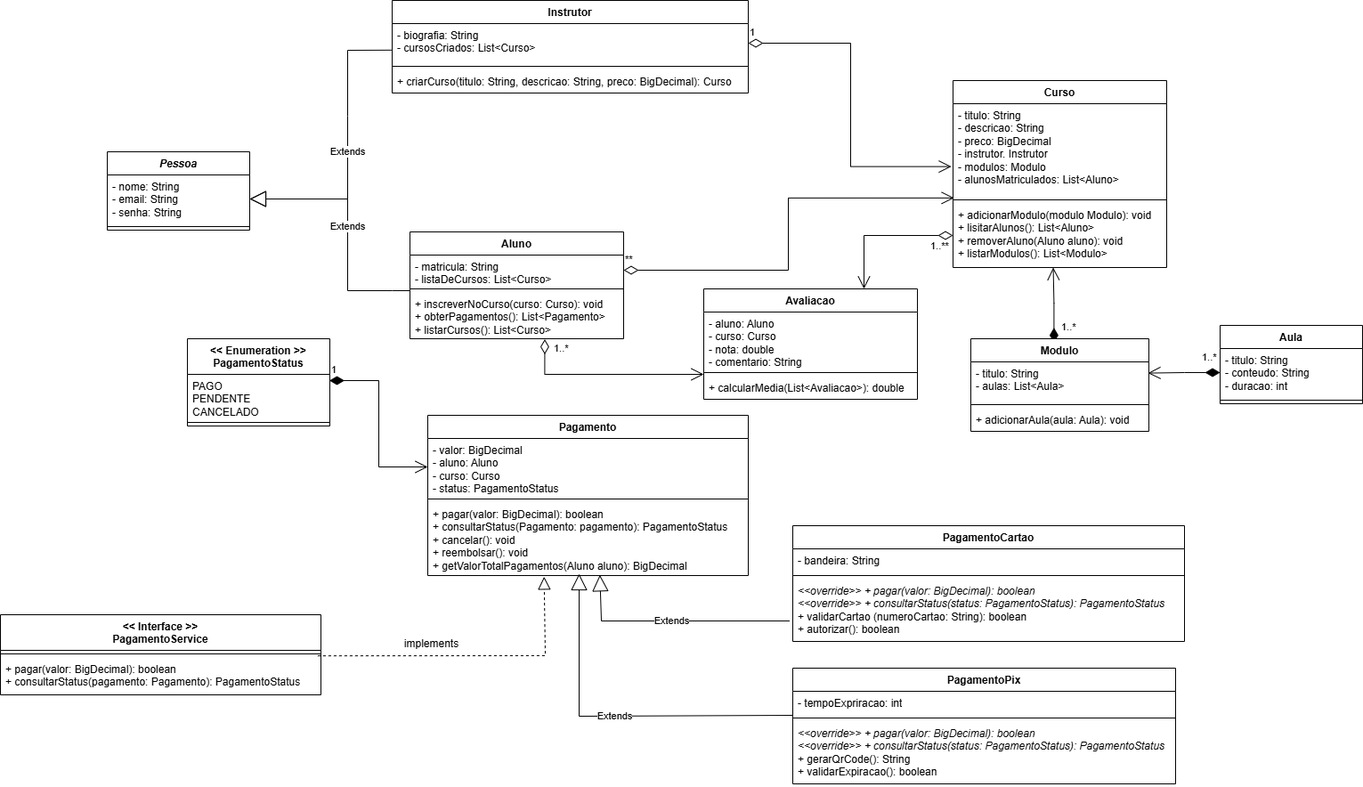
DaniloTakeo/object_orientation_project keeps this draw.io diagram as object-orientation/src/main/resources/diagrama de classes.png. Above is the earlier version. Source tidied: cells renumbered, new cells last; positions are measured from the earlier drawing's top-left corner, leaving out a move shared by most shapes.
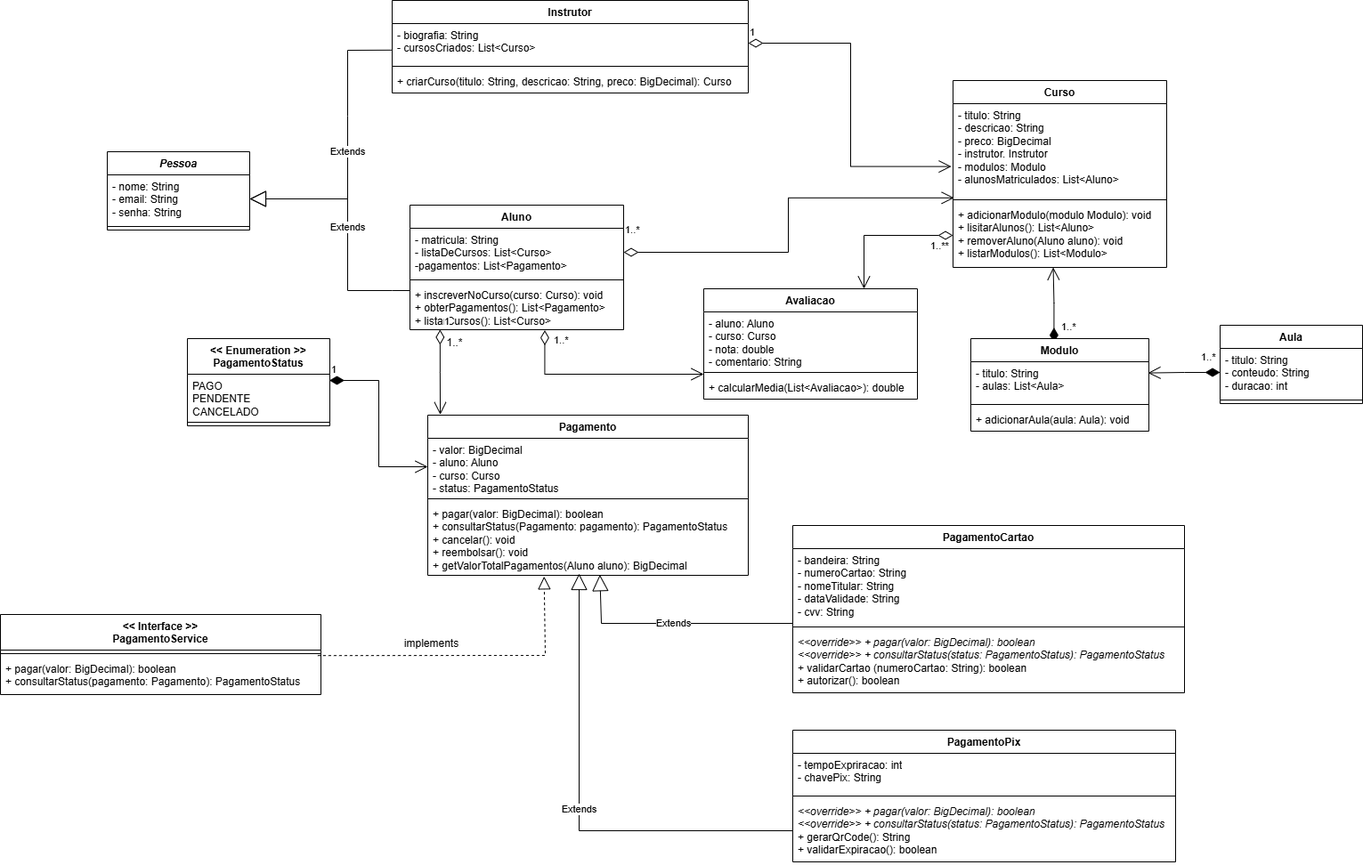
The same file after the commit.

Commit message:
Atualização do diagrama de classes

Diff of the diagram source:
```diff
@@ -42,28 +42,28 @@
       <mxGeometry y="90" width="160" height="8" as="geometry" />
     </mxCell>
     <mxCell id="13" value="PagamentoPix" style="swimlane;fontStyle=1;align=center;verticalAlign=top;horizontal=1;startSize=26;whiteSpace=wrap;html=1;" parent="1" vertex="1">
-      <mxGeometry x="890" y="750" width="430" height="130" as="geometry" />
+      <mxGeometry x="890" y="820" width="430" height="148" as="geometry" />
     </mxCell>
-    <mxCell id="14" value="- tempoExpriracao: int" style="text;strokeColor=none;fillColor=none;align=left;verticalAlign=top;spacingLeft=4;spacingRight=4;overflow=hidden;whiteSpace=wrap;html=1;" parent="13" vertex="1">
-      <mxGeometry y="26" width="430" height="26" as="geometry" />
+    <mxCell id="14" value="- tempoExpriracao: int&lt;div&gt;- chavePix: String&lt;/div&gt;" style="text;strokeColor=none;fillColor=none;align=left;verticalAlign=top;spacingLeft=4;spacingRight=4;overflow=hidden;whiteSpace=wrap;html=1;" parent="13" vertex="1">
+      <mxGeometry y="26" width="430" height="44" as="geometry" />
     </mxCell>
     <mxCell id="15" style="line;strokeWidth=1;fillColor=none;align=left;verticalAlign=middle;spacingTop=-1;spacingLeft=3;spacingRight=3;labelPosition=right;strokeColor=inherit;" parent="13" vertex="1">
-      <mxGeometry y="52" width="430" height="8" as="geometry" />
+      <mxGeometry y="70" width="430" height="8" as="geometry" />
     </mxCell>
     <mxCell id="16" value="&lt;i&gt;&amp;lt;&amp;lt;override&amp;gt;&amp;gt; + pagar(valor: BigDecimal): boolean&lt;/i&gt;&lt;div&gt;&lt;i&gt;&amp;lt;&amp;lt;override&amp;gt;&amp;gt; + consultarStatus(status: PagamentoStatus): PagamentoStatus&lt;/i&gt;&lt;/div&gt;&lt;div&gt;+ gerarQrCode(): String&lt;/div&gt;&lt;div&gt;+ validarExpiracao(): boolean&lt;/div&gt;" style="text;strokeColor=none;fillColor=none;align=left;verticalAlign=top;spacingLeft=4;spacingRight=4;overflow=hidden;points=[[0,0.5],[1,0.5]];portConstraint=eastwest;whiteSpace=wrap;html=1;" parent="13" vertex="1">
-      <mxGeometry y="60" width="430" height="70" as="geometry" />
+      <mxGeometry y="78" width="430" height="70" as="geometry" />
     </mxCell>
     <mxCell id="17" value="PagamentoCartao" style="swimlane;fontStyle=1;align=center;verticalAlign=top;horizontal=1;startSize=26;whiteSpace=wrap;html=1;" parent="1" vertex="1">
-      <mxGeometry x="890" y="590" width="440" height="130" as="geometry" />
+      <mxGeometry x="890" y="590" width="440" height="188" as="geometry" />
     </mxCell>
-    <mxCell id="18" value="- bandeira: String" style="text;strokeColor=none;fillColor=none;align=left;verticalAlign=top;spacingLeft=4;spacingRight=4;overflow=hidden;points=[[0,0.5],[1,0.5]];portConstraint=eastwest;whiteSpace=wrap;html=1;" parent="17" vertex="1">
-      <mxGeometry y="26" width="440" height="26" as="geometry" />
+    <mxCell id="18" value="- bandeira: String&lt;div&gt;- numeroCartao: String&lt;br&gt;&lt;div&gt;- nomeTitular: String&lt;/div&gt;&lt;/div&gt;&lt;div&gt;- dataValidade: String&lt;/div&gt;&lt;div&gt;- cvv: String&lt;/div&gt;" style="text;strokeColor=none;fillColor=none;align=left;verticalAlign=top;spacingLeft=4;spacingRight=4;overflow=hidden;points=[[0,0.5],[1,0.5]];portConstraint=eastwest;whiteSpace=wrap;html=1;" parent="17" vertex="1">
+      <mxGeometry y="26" width="440" height="84" as="geometry" />
     </mxCell>
     <mxCell id="19" style="line;strokeWidth=1;fillColor=none;align=left;verticalAlign=middle;spacingTop=-1;spacingLeft=3;spacingRight=3;labelPosition=right;strokeColor=inherit;" parent="17" vertex="1">
-      <mxGeometry y="52" width="440" height="8" as="geometry" />
+      <mxGeometry y="110" width="440" height="8" as="geometry" />
     </mxCell>
     <mxCell id="20" value="&lt;i&gt;&amp;lt;&amp;lt;override&amp;gt;&amp;gt; + pagar(valor: BigDecimal): boolean&lt;/i&gt;&lt;div&gt;&lt;i&gt;&amp;lt;&amp;lt;override&amp;gt;&amp;gt; + consultarStatus(status: PagamentoStatus): PagamentoStatus&lt;/i&gt;&lt;/div&gt;&lt;div&gt;+ validarCartao (numeroCartao: String): boolean&lt;/div&gt;&lt;div&gt;+ autorizar(): boolean&lt;/div&gt;" style="text;strokeColor=none;fillColor=none;align=left;verticalAlign=top;spacingLeft=4;spacingRight=4;overflow=hidden;points=[[0,0.5],[1,0.5]];portConstraint=eastwest;whiteSpace=wrap;html=1;" parent="17" vertex="1">
-      <mxGeometry y="60" width="440" height="70" as="geometry" />
+      <mxGeometry y="118" width="440" height="70" as="geometry" />
     </mxCell>
     <mxCell id="21" value="&amp;lt;&amp;lt; Interface &amp;gt;&amp;gt;&lt;div&gt;PagamentoService&lt;/div&gt;" style="swimlane;fontStyle=1;align=center;verticalAlign=top;horizontal=1;startSize=40;whiteSpace=wrap;html=1;" parent="1" vertex="1">
       <mxGeometry y="690" width="360" height="90" as="geometry" />
@@ -99,33 +99,32 @@
         </Array>
       </mxGeometry>
     </mxCell>
-    <mxCell id="31" value="Extends" style="endArrow=block;endSize=16;endFill=0;html=1;rounded=0;exitX=0;exitY=0.5;exitDx=0;exitDy=0;" parent="1" edge="1">
+    <mxCell id="31" value="Extends" style="endArrow=block;endSize=16;endFill=0;html=1;rounded=0;exitX=0;exitY=0.5;exitDx=0;exitDy=0;" parent="1" edge="1" source="16">
       <mxGeometry relative="1" as="geometry">
-        <mxPoint x="890" y="803" as="sourcePoint" />
         <mxPoint x="650" y="644" as="targetPoint" />
         <Array as="points">
-          <mxPoint x="650" y="804" />
+          <mxPoint x="650" y="933" />
         </Array>
       </mxGeometry>
     </mxCell>
-    <mxCell id="32" value="Extends" style="endArrow=block;endSize=16;endFill=0;html=1;rounded=0;exitX=-0.008;exitY=0.671;exitDx=0;exitDy=0;exitPerimeter=0;entryX=0.537;entryY=0.991;entryDx=0;entryDy=0;entryPerimeter=0;" parent="1" edge="1" source="20" target="28">
+    <mxCell id="32" value="Extends" style="endArrow=block;endSize=16;endFill=0;html=1;rounded=0;entryX=0.537;entryY=0.991;entryDx=0;entryDy=0;entryPerimeter=0;exitX=0;exitY=1;exitDx=0;exitDy=0;exitPerimeter=0;" parent="1" edge="1" source="18" target="28">
       <mxGeometry relative="1" as="geometry">
         <Array as="points">
-          <mxPoint x="675" y="697" />
+          <mxPoint x="675" y="700" />
         </Array>
       </mxGeometry>
     </mxCell>
     <mxCell id="33" value="Aluno" style="swimlane;fontStyle=1;align=center;verticalAlign=top;horizontal=1;startSize=26;whiteSpace=wrap;html=1;" parent="1" vertex="1">
-      <mxGeometry x="460" y="260" width="240" height="120" as="geometry" />
+      <mxGeometry x="460" y="230" width="240" height="140" as="geometry" />
     </mxCell>
-    <mxCell id="34" value="- matricula: String&lt;div&gt;- listaDeCursos: List&amp;lt;Curso&amp;gt;&lt;/div&gt;" style="text;strokeColor=none;fillColor=none;align=left;verticalAlign=top;spacingLeft=4;spacingRight=4;overflow=hidden;points=[[0,0.5],[1,0.5]];portConstraint=eastwest;whiteSpace=wrap;html=1;" parent="33" vertex="1">
-      <mxGeometry y="26" width="240" height="34" as="geometry" />
+    <mxCell id="34" value="- matricula: String&lt;div&gt;- listaDeCursos: List&amp;lt;Curso&amp;gt;&lt;/div&gt;&lt;div&gt;-pagamentos: List&amp;lt;Pagamento&amp;gt;&lt;/div&gt;&lt;div&gt;&lt;br&gt;&lt;/div&gt;" style="text;strokeColor=none;fillColor=none;align=left;verticalAlign=top;spacingLeft=4;spacingRight=4;overflow=hidden;points=[[0,0.5],[1,0.5]];portConstraint=eastwest;whiteSpace=wrap;html=1;" parent="33" vertex="1">
+      <mxGeometry y="26" width="240" height="54" as="geometry" />
     </mxCell>
     <mxCell id="35" style="line;strokeWidth=1;fillColor=none;align=left;verticalAlign=middle;spacingTop=-1;spacingLeft=3;spacingRight=3;labelPosition=right;strokeColor=inherit;" parent="33" vertex="1">
-      <mxGeometry y="60" width="240" height="8" as="geometry" />
+      <mxGeometry y="80" width="240" height="8" as="geometry" />
     </mxCell>
     <mxCell id="36" value="+ inscreverNoCurso(curso: Curso): void&lt;div&gt;+ obterPagamentos(): List&amp;lt;Pagamento&amp;gt;&lt;/div&gt;&lt;div&gt;+ listarCursos(): List&amp;lt;Curso&amp;gt;&lt;/div&gt;" style="text;strokeColor=none;fillColor=none;align=left;verticalAlign=top;spacingLeft=4;spacingRight=4;overflow=hidden;points=[[0,0.5],[1,0.5]];portConstraint=eastwest;whiteSpace=wrap;html=1;" parent="33" vertex="1">
-      <mxGeometry y="68" width="240" height="52" as="geometry" />
+      <mxGeometry y="88" width="240" height="52" as="geometry" />
     </mxCell>
     <mxCell id="37" value="Extends" style="endArrow=block;endSize=16;endFill=0;html=1;rounded=0;entryX=1;entryY=0.5;entryDx=0;entryDy=0;" parent="1" edge="1" target="3">
       <mxGeometry relative="1" as="geometry">
@@ -152,7 +151,7 @@
     <mxCell id="42" value="1" style="endArrow=open;html=1;endSize=12;startArrow=diamondThin;startSize=14;startFill=0;edgeStyle=orthogonalEdgeStyle;align=left;verticalAlign=bottom;rounded=0;exitX=1;exitY=0.5;exitDx=0;exitDy=0;entryX=-0.008;entryY=0.679;entryDx=0;entryDy=0;entryPerimeter=0;" parent="1" edge="1" source="52" target="39">
       <mxGeometry x="-1" y="3" relative="1" as="geometry" />
     </mxCell>
-    <mxCell id="43" value="**" style="endArrow=open;html=1;endSize=12;startArrow=diamondThin;startSize=14;startFill=0;edgeStyle=orthogonalEdgeStyle;align=left;verticalAlign=bottom;rounded=0;exitX=1;exitY=0.5;exitDx=0;exitDy=0;entryX=0.005;entryY=1.018;entryDx=0;entryDy=0;entryPerimeter=0;" parent="1" edge="1" source="34" target="39">
+    <mxCell id="43" value="1..*&lt;div&gt;&lt;br&gt;&lt;/div&gt;" style="endArrow=open;html=1;endSize=12;startArrow=diamondThin;startSize=14;startFill=0;edgeStyle=orthogonalEdgeStyle;align=left;verticalAlign=bottom;rounded=0;exitX=1;exitY=0.5;exitDx=0;exitDy=0;entryX=0.005;entryY=1.018;entryDx=0;entryDy=0;entryPerimeter=0;" parent="1" edge="1" source="34" target="39">
       <mxGeometry x="-1" y="3" relative="1" as="geometry" />
     </mxCell>
     <mxCell id="44" value="1..*" style="endArrow=open;html=1;endSize=12;startArrow=diamondThin;startSize=14;startFill=1;edgeStyle=orthogonalEdgeStyle;align=left;verticalAlign=bottom;rounded=0;entryX=0.469;entryY=1;entryDx=0;entryDy=0;entryPerimeter=0;exitX=0.467;exitY=0.044;exitDx=0;exitDy=0;exitPerimeter=0;" parent="1" edge="1" source="55" target="41">
@@ -206,5 +205,11 @@
     <mxCell id="58" value="+&amp;nbsp;adicionarAula(aula: Aula): void" style="text;strokeColor=none;fillColor=none;align=left;verticalAlign=top;spacingLeft=4;spacingRight=4;overflow=hidden;whiteSpace=wrap;html=1;" parent="55" vertex="1">
       <mxGeometry y="78" width="200" height="26" as="geometry" />
     </mxCell>
+    <mxCell id="59" value="1" style="endArrow=open;html=1;endSize=12;startArrow=diamondThin;startSize=14;startFill=0;edgeStyle=orthogonalEdgeStyle;align=left;verticalAlign=bottom;rounded=0;exitX=0.141;exitY=0.999;exitDx=0;exitDy=0;exitPerimeter=0;entryX=0.039;entryY=-0.003;entryDx=0;entryDy=0;entryPerimeter=0;" parent="1" edge="1" source="36" target="25">
+      <mxGeometry x="-1" y="3" relative="1" as="geometry" />
+    </mxCell>
+    <mxCell id="60" value="1..*" style="text;html=1;align=center;verticalAlign=middle;strokeColor=none;fillColor=none;" parent="1" vertex="1">
+      <mxGeometry x="490" y="370" width="40" height="30" as="geometry" />
+    </mxCell>
   </root>
 </mxGraphModel>
```
